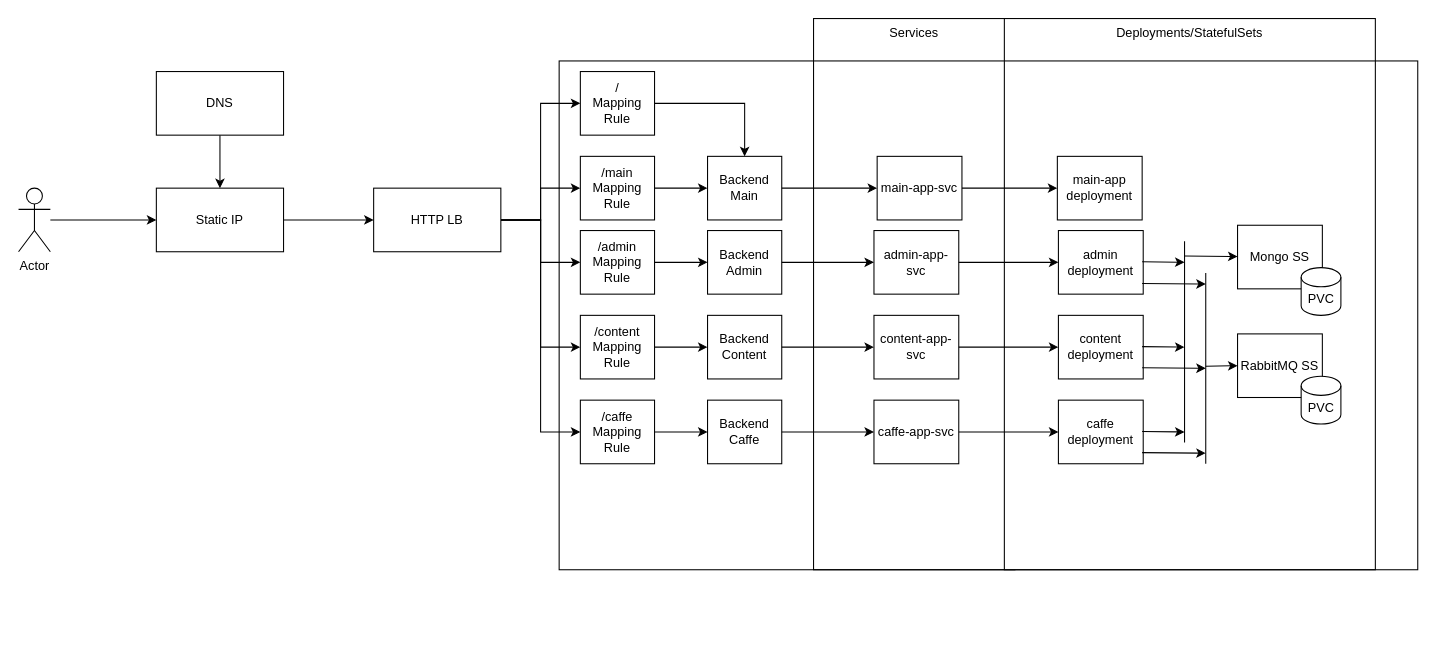
The draw.io diagram page "General" (1 of 3) of deployment.drawio in perandr/horeca, before the edit. Source tidied: cells renumbered, new cells numbered last; positions are measured from the earlier drawing's top-left corner, leaving out a move shared by most shapes. Both pictures are drawn from the tidied source at 106%, with x=0, y=0 at pixel (18, 18).
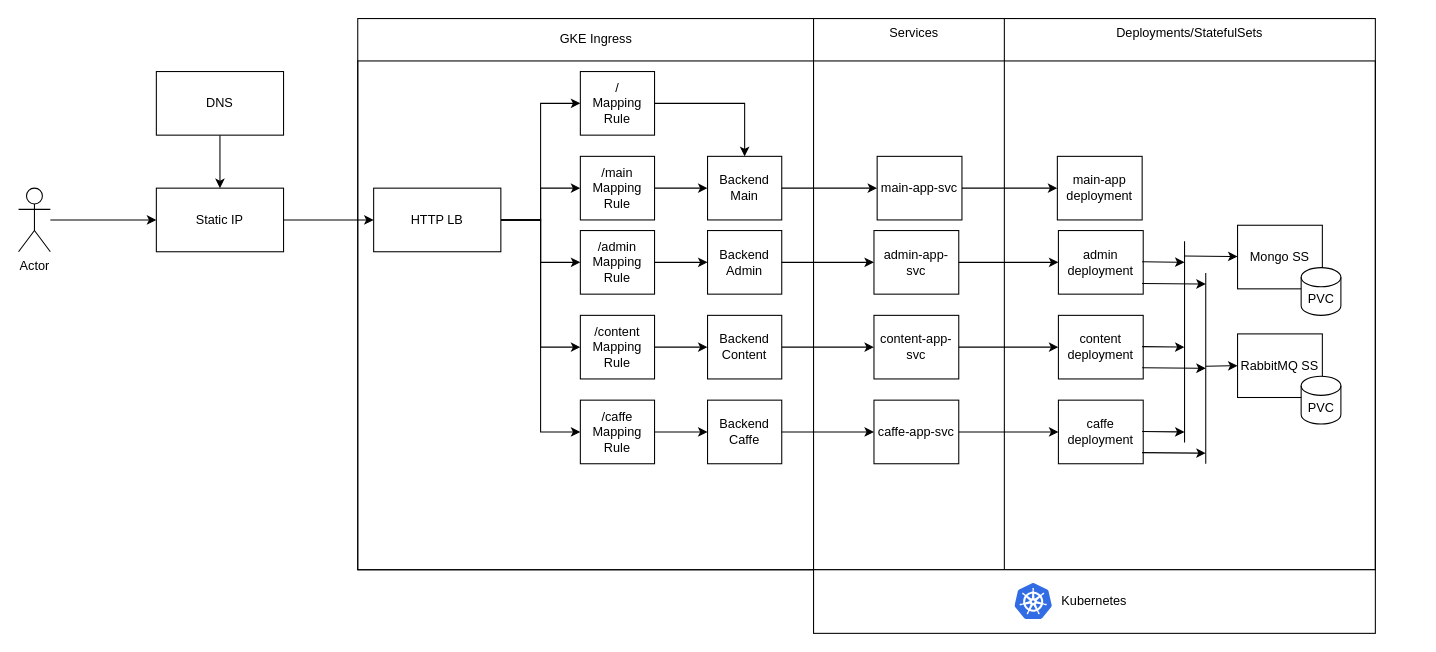
Above is the later version.

Change to the diagram source:
```diff
@@
+    <mxCell id="65" style="rounded=0;whiteSpace=wrap;html=1;" parent="1" vertex="1">
+      <mxGeometry x="320" width="430" height="520" as="geometry" />
+    </mxCell>
@@
     <mxCell id="10" style="rounded=0;whiteSpace=wrap;html=1;fillColor=none;verticalAlign=top;" parent="1" vertex="1">
-      <mxGeometry x="510" y="40" width="810" height="480" as="geometry" />
+      <mxGeometry x="320" y="40" width="960" height="480" as="geometry" />
     </mxCell>
@@
+    <mxCell id="66" value="Kubernetes" style="rounded=0;whiteSpace=wrap;html=1;" parent="1" vertex="1">
+      <mxGeometry x="750" y="520" width="530" height="60" as="geometry" />
+    </mxCell>
+    <mxCell id="67" style="html=1;align=center;image;fontSize=12;image=img/lib/mscae/Kubernetes.svg;" parent="1" vertex="1">
+      <mxGeometry x="940" y="533" width="35.4" height="34" as="geometry" />
+    </mxCell>
+    <mxCell id="68" value="GKE Ingress" style="text;html=1;strokeColor=none;fillColor=none;align=center;verticalAlign=middle;whiteSpace=wrap;rounded=0;" parent="1" vertex="1">
+      <mxGeometry x="490" y="10" width="110" height="20" as="geometry" />
+    </mxCell>
```
